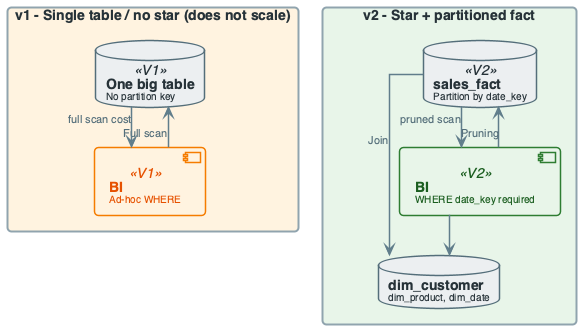
OrPerets/data-engineering-course keeps this PlantUML diagram as diagrams/week05/week5_lecture_evolution_v1_v2.png. Above is the earlier version.
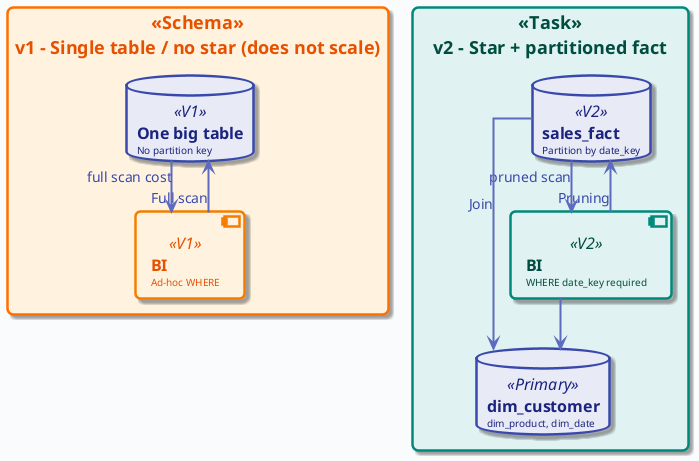
Above is the later version.

Change to the diagram source:
```diff
@@ -1,132 +1,18 @@
 @startuml
 
+!include ../_template_styles.puml
+
 top to bottom direction
-skinparam linetype ortho
-skinparam shadowing false
-skinparam roundcorner 8
-skinparam handwritten false
-skinparam nodesep 60
-skinparam ranksep 40
 
-skinparam defaultFontName "Segoe UI, Helvetica, sans-serif"
-skinparam defaultFontSize 16
-skinparam defaultFontColor #2C3E50
-
-skinparam rectangle {
-    BackgroundColor #F8F9FA
-    BorderColor #90A4AE
-    BorderThickness 2
-    FontColor #263238
-    FontSize 14
-    FontStyle bold
-    Padding 20
-}
-
-skinparam component {
-    BackgroundColor #FFFFFF
-    BorderColor #78909C
-    BorderThickness 1.5
-    FontSize 14
-    Padding 12
-}
-
-skinparam database {
-    BackgroundColor #ECEFF1
-    BorderColor #546E7A
-    BorderThickness 1.5
-    FontSize 14
-    FontColor #263238
-}
-
-skinparam arrow {
-    Color #607D8B
-    Thickness 1.5
-    FontSize 11
-    FontColor #546E7A
-}
-
-skinparam component<<UI>> {
-    BorderColor #8E24AA
-    BackgroundColor #F3E5F5
-    FontColor #4A148C
-}
-
-skinparam component<<Agent>> {
-    BorderColor #0288D1
-    BackgroundColor #E1F5FE
-    FontColor #01579B
-}
-
-skinparam component<<Tool>> {
-    BorderColor #2E7D32
-    BackgroundColor #E8F5E9
-    FontColor #1B5E20
-}
-
-skinparam component<<Config>> {
-    BorderColor #F57C00
-    BackgroundColor #FFF3E0
-    FontColor #E65100
-}
-
-skinparam component<<Bad>> {
-    BorderColor #C62828
-    BackgroundColor #FFEBEE
-    FontColor #B71C1C
-}
-
-skinparam component<<V1>> {
-    BorderColor #F57C00
-    BackgroundColor #FFF3E0
-    FontColor #E65100
-}
-
-skinparam component<<V2>> {
-    BorderColor #2E7D32
-    BackgroundColor #E8F5E9
-    FontColor #1B5E20
-}
-
-skinparam component<<up>> {
-    BackgroundColor #E8F5E9
-    BorderColor #2E7D32
-}
-
-skinparam component<<down>> {
-    BackgroundColor #FFEBEE
-    BorderColor #C62828
-}
-
-skinparam database<<up>> {
-    BackgroundColor #E8F5E9
-    BorderColor #2E7D32
-}
-
-skinparam database<<down>> {
-    BackgroundColor #FFEBEE
-    BorderColor #C62828
-}
-
-skinparam component<<success>> {
-    BackgroundColor #E8F5E9
-    BorderColor #2E7D32
-}
-
-skinparam component<<failure>> {
-    BackgroundColor #FFEBEE
-    BorderColor #C62828
-}
-
-
-rectangle "v1 - Single table / no star (does not scale)" #FFF3E0 {
+rectangle "v1 - Single table / no star (does not scale)" <<Schema>> {
     database "**One big table**\n<size:10>No partition key</size>" as T1 <<V1>>
     component "**BI**\n<size:10>Ad-hoc WHERE</size>" as BI1 <<V1>>
 }
 BI1 --> T1 : "Full scan"
 
-rectangle "v2 - Star + partitioned fact" #E8F5E9 {
+rectangle "v2 - Star + partitioned fact" <<Task>> {
     database "**sales_fact**\n<size:10>Partition by date_key</size>" as F2 <<V2>>
-    database "**dim_customer**\n<size:10>dim_product, dim_date</size>" as D2
+    database "**dim_customer**\n<size:10>dim_product, dim_date</size>" as D2 <<Primary>>
     component "**BI**\n<size:10>WHERE date_key required</size>" as BI2 <<V2>>
 }
 BI2 --> F2 : "Pruning"
```
